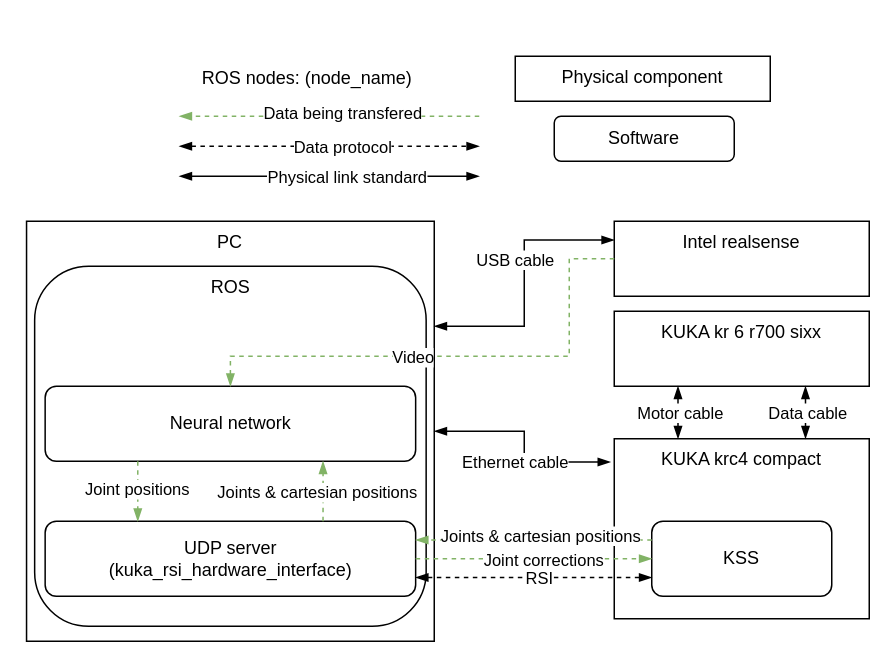
Earlier version of the draw.io diagram src/Unavngivet diagram.drawio (kasperfg16/p8_sewbot). Source tidied: cells renumbered, new cells numbered last; positions are measured from the earlier drawing's top-left corner, leaving out a move shared by most shapes. Both pictures are drawn from the tidied source at 150%, with x=0, y=0 at pixel (26, 56).
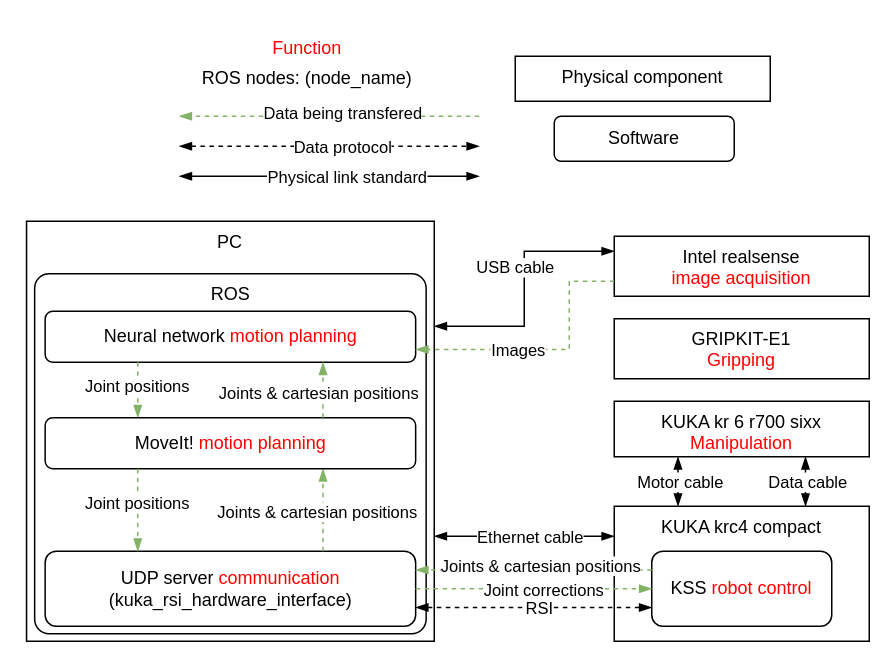
After the change.

Unchanged cells that the change refers to:
```xml
<mxCell id="3" style="group;" parent="1" vertex="1">
  <mxGeometry x="52" y="110" width="220" height="280" as="geometry" />
</mxCell>
<mxCell id="4" value="PC" style="rounded=0;whiteSpace=wrap;html=1;verticalAlign=top;" parent="3" vertex="1">
  <mxGeometry x="-51.8" width="271.8" height="280" as="geometry" />
</mxCell>
```

Diff of the diagram source:
```diff
@@
-    <mxCell id="2" value="KUKA kr 6 r700 sixx" style="rounded=0;whiteSpace=wrap;html=1;verticalAlign=top;" parent="1" vertex="1">
-      <mxGeometry x="392" y="170" width="170" height="50" as="geometry" />
+    <mxCell id="2" value="KUKA kr 6 r700 sixx&lt;br&gt;&lt;font color=&quot;#ff0000&quot;&gt;Manipulation&lt;/font&gt;" style="rounded=0;whiteSpace=wrap;html=1;verticalAlign=top;" parent="1" vertex="1">
+      <mxGeometry x="392" y="230" width="170" height="37" as="geometry" />
     </mxCell>
@@
-    <mxCell id="5" value="ROS" style="rounded=1;whiteSpace=wrap;html=1;verticalAlign=top;" parent="3" vertex="1">
-      <mxGeometry x="-46.4" y="30" width="261" height="240" as="geometry" />
+    <mxCell id="5" value="ROS" style="rounded=1;whiteSpace=wrap;html=1;verticalAlign=top;arcSize=4;" parent="3" vertex="1">
+      <mxGeometry x="-46.4" y="35" width="261" height="240" as="geometry" />
     </mxCell>
-    <mxCell id="6" value="Neural network" style="rounded=1;whiteSpace=wrap;html=1;" parent="3" vertex="1">
-      <mxGeometry x="-39.4" y="110" width="247" height="50" as="geometry" />
+    <mxCell id="6" value="Neural network&amp;nbsp;&lt;font color=&quot;#ff0000&quot;&gt;motion planning&lt;/font&gt;" style="rounded=1;whiteSpace=wrap;html=1;" parent="3" vertex="1">
+      <mxGeometry x="-39.4" y="60" width="247" height="34" as="geometry" />
     </mxCell>
-    <mxCell id="7" value="UDP server&lt;br&gt;(kuka_rsi_hardware_interface)" style="rounded=1;whiteSpace=wrap;html=1;" parent="3" vertex="1">
-      <mxGeometry x="-39.4" y="200" width="247" height="50" as="geometry" />
+    <mxCell id="7" value="UDP server &lt;font color=&quot;#ff0000&quot;&gt;communication&lt;/font&gt;&lt;br&gt;(kuka_rsi_hardware_interface)" style="rounded=1;whiteSpace=wrap;html=1;" parent="3" vertex="1">
+      <mxGeometry x="-39.4" y="220" width="247" height="50" as="geometry" />
     </mxCell>
-    <mxCell id="8" style="edgeStyle=orthogonalEdgeStyle;rounded=0;jettySize=auto;html=1;exitX=0.25;exitY=1;exitDx=0;exitDy=0;dashed=1;endArrow=blockThin;endFill=1;startArrow=none;startFill=0;fillColor=#d5e8d4;strokeColor=#82b366;entryX=0.25;entryY=0;entryDx=0;entryDy=0;" parent="3" edge="1" source="6" target="7">
+    <mxCell id="8" style="edgeStyle=orthogonalEdgeStyle;rounded=0;jettySize=auto;html=1;exitX=0.25;exitY=1;exitDx=0;exitDy=0;dashed=1;endArrow=blockThin;endFill=1;startArrow=none;startFill=0;fillColor=#d5e8d4;strokeColor=#82b366;entryX=0.25;entryY=0;entryDx=0;entryDy=0;" parent="3" edge="1" source="6" target="42">
       <mxGeometry relative="1" as="geometry" />
     </mxCell>
     <mxCell id="9" value="Joint positions" style="edgeLabel;html=1;align=center;verticalAlign=middle;" parent="8" vertex="1">
       <mxGeometry x="0.11" y="1" relative="1" as="geometry">
-        <mxPoint x="-2" y="-4" as="offset" />
+        <mxPoint x="-2" y="-6" as="offset" />
       </mxGeometry>
     </mxCell>
-    <mxCell id="10" style="edgeStyle=orthogonalEdgeStyle;rounded=0;jettySize=auto;html=1;exitX=0.75;exitY=0;exitDx=0;exitDy=0;dashed=1;endArrow=blockThin;endFill=1;startArrow=none;startFill=0;fillColor=#d5e8d4;strokeColor=#82b366;entryX=0.75;entryY=1;entryDx=0;entryDy=0;" parent="3" edge="1" source="7" target="6">
-      <mxGeometry relative="1" as="geometry">
-        <Array as="points">
-          <mxPoint x="146" y="180" />
-          <mxPoint x="146" y="180" />
-        </Array>
-      </mxGeometry>
+    <mxCell id="10" style="edgeStyle=orthogonalEdgeStyle;rounded=0;jettySize=auto;html=1;exitX=0.75;exitY=0;exitDx=0;exitDy=0;dashed=1;endArrow=blockThin;endFill=1;startArrow=none;startFill=0;fillColor=#d5e8d4;strokeColor=#82b366;entryX=0.75;entryY=1;entryDx=0;entryDy=0;" parent="3" edge="1" source="7" target="42">
+      <mxGeometry relative="1" as="geometry" />
     </mxCell>
     <mxCell id="11" value="Joints &amp;amp; cartesian positions" style="edgeLabel;html=1;align=center;verticalAlign=middle;" parent="10" vertex="1">
       <mxGeometry x="0.11" y="1" relative="1" as="geometry">
-        <mxPoint x="-3" y="2" as="offset" />
+        <mxPoint x="-3" y="4" as="offset" />
       </mxGeometry>
     </mxCell>
+    <mxCell id="42" value="MoveIt! &lt;font color=&quot;#ff0000&quot;&gt;motion planning&lt;/font&gt;" style="rounded=1;whiteSpace=wrap;html=1;" parent="3" vertex="1">
+      <mxGeometry x="-39.4" y="131" width="247" height="34" as="geometry" />
+    </mxCell>
+    <mxCell id="43" style="edgeStyle=orthogonalEdgeStyle;rounded=0;jettySize=auto;html=1;exitX=0.75;exitY=0;exitDx=0;exitDy=0;dashed=1;endArrow=blockThin;endFill=1;startArrow=none;startFill=0;fillColor=#d5e8d4;strokeColor=#82b366;entryX=0.75;entryY=1;entryDx=0;entryDy=0;" parent="3" edge="1" source="42" target="6">
+      <mxGeometry relative="1" as="geometry" />
+    </mxCell>
+    <mxCell id="44" value="Joints &amp;amp; cartesian positions" style="edgeLabel;html=1;align=center;verticalAlign=middle;" parent="43" vertex="1">
+      <mxGeometry x="0.11" y="1" relative="1" as="geometry">
+        <mxPoint x="-2" y="4" as="offset" />
+      </mxGeometry>
+    </mxCell>
+    <mxCell id="45" style="edgeStyle=orthogonalEdgeStyle;rounded=0;jettySize=auto;html=1;exitX=0.25;exitY=1;exitDx=0;exitDy=0;dashed=1;endArrow=blockThin;endFill=1;startArrow=none;startFill=0;fillColor=#d5e8d4;strokeColor=#82b366;entryX=0.25;entryY=0;entryDx=0;entryDy=0;" parent="3" edge="1" source="42" target="7">
+      <mxGeometry relative="1" as="geometry" />
+    </mxCell>
+    <mxCell id="46" value="Joint positions" style="edgeLabel;html=1;align=center;verticalAlign=middle;" parent="45" vertex="1">
+      <mxGeometry x="0.11" y="1" relative="1" as="geometry">
+        <mxPoint x="-2" y="-8" as="offset" />
+      </mxGeometry>
+    </mxCell>
     <mxCell id="12" style="group;" parent="1" vertex="1">
-      <mxGeometry x="392" y="255" width="170" height="120" as="geometry" />
+      <mxGeometry x="392" y="270" width="170" height="120" as="geometry" />
     </mxCell>
     <mxCell id="13" value="KUKA krc4 compact" style="rounded=0;whiteSpace=wrap;html=1;verticalAlign=top;" parent="12" vertex="1">
-      <mxGeometry width="170" height="120" as="geometry" />
+      <mxGeometry y="30" width="170" height="90" as="geometry" />
     </mxCell>
-    <mxCell id="14" value="KSS" style="rounded=1;whiteSpace=wrap;html=1;" parent="12" vertex="1">
-      <mxGeometry x="25" y="55" width="120" height="50" as="geometry" />
+    <mxCell id="14" value="KSS &lt;font color=&quot;#ff0000&quot;&gt;robot control&lt;/font&gt;" style="rounded=1;whiteSpace=wrap;html=1;" parent="12" vertex="1">
+      <mxGeometry x="25" y="60" width="120" height="50" as="geometry" />
     </mxCell>
-    <mxCell id="15" style="edgeStyle=orthogonalEdgeStyle;rounded=0;jettySize=auto;html=1;exitX=1;exitY=0.5;exitDx=0;exitDy=0;entryX=-0.015;entryY=0.129;entryDx=0;entryDy=0;endArrow=blockThin;endFill=1;startArrow=blockThin;startFill=1;entryPerimeter=0;" parent="1" edge="1" source="4" target="13">
-      <mxGeometry relative="1" as="geometry" />
+    <mxCell id="15" style="edgeStyle=orthogonalEdgeStyle;rounded=0;jettySize=auto;html=1;exitX=1;exitY=0.75;exitDx=0;exitDy=0;endArrow=blockThin;endFill=1;startArrow=blockThin;startFill=1;" parent="1" edge="1" source="4">
+      <mxGeometry relative="1" as="geometry">
+        <mxPoint x="392" y="320" as="targetPoint" />
+      </mxGeometry>
     </mxCell>
@@
-    <mxCell id="37" value="Intel realsense" style="rounded=0;whiteSpace=wrap;html=1;verticalAlign=top;" parent="1" vertex="1">
-      <mxGeometry x="392" y="110" width="170" height="50" as="geometry" />
+    <mxCell id="37" value="Intel realsense&lt;br&gt;&lt;font color=&quot;#ff0000&quot;&gt;image acquisition&lt;/font&gt;" style="rounded=0;whiteSpace=wrap;html=1;verticalAlign=top;" parent="1" vertex="1">
+      <mxGeometry x="392" y="120" width="170" height="40" as="geometry" />
     </mxCell>
@@
-    <mxCell id="40" style="edgeStyle=orthogonalEdgeStyle;rounded=0;jettySize=auto;html=1;exitX=0;exitY=0.5;exitDx=0;exitDy=0;dashed=1;endArrow=blockThin;endFill=1;startArrow=none;startFill=0;fillColor=#d5e8d4;strokeColor=#82b366;entryX=0.5;entryY=0;entryDx=0;entryDy=0;" parent="1" edge="1" source="37" target="6">
+    <mxCell id="40" style="edgeStyle=orthogonalEdgeStyle;rounded=0;jettySize=auto;html=1;exitX=0;exitY=0.75;exitDx=0;exitDy=0;dashed=1;endArrow=blockThin;endFill=1;startArrow=none;startFill=0;fillColor=#d5e8d4;strokeColor=#82b366;entryX=1;entryY=0.75;entryDx=0;entryDy=0;" parent="1" edge="1" source="37" target="6">
       <mxGeometry relative="1" as="geometry">
         <Array as="points">
-          <mxPoint x="362" y="135" />
-          <mxPoint x="362" y="200" />
-          <mxPoint x="136" y="200" />
+          <mxPoint x="362" y="150" />
+          <mxPoint x="362" y="196" />
+          <mxPoint x="260" y="196" />
         </Array>
       </mxGeometry>
     </mxCell>
-    <mxCell id="41" value="Video" style="edgeLabel;html=1;align=center;verticalAlign=middle;" parent="40" vertex="1">
+    <mxCell id="41" value="Images" style="edgeLabel;html=1;align=center;verticalAlign=middle;" parent="40" vertex="1">
       <mxGeometry x="0.11" y="1" relative="1" as="geometry">
         <mxPoint x="-11" y="-1" as="offset" />
       </mxGeometry>
     </mxCell>
+    <mxCell id="47" value="&lt;font color=&quot;#ff0000&quot;&gt;Function&lt;/font&gt;" style="text;html=1;align=center;verticalAlign=middle;strokeColor=none;fillColor=none;" parent="1" vertex="1">
+      <mxGeometry x="152" y="-20" width="70" height="30" as="geometry" />
+    </mxCell>
+    <mxCell id="48" value="GRIPKIT-E1&lt;br&gt;&lt;font color=&quot;#ff0000&quot;&gt;Gripping&lt;/font&gt;" style="rounded=0;whiteSpace=wrap;html=1;verticalAlign=top;" parent="1" vertex="1">
+      <mxGeometry x="392" y="175" width="170" height="40" as="geometry" />
+    </mxCell>
```
